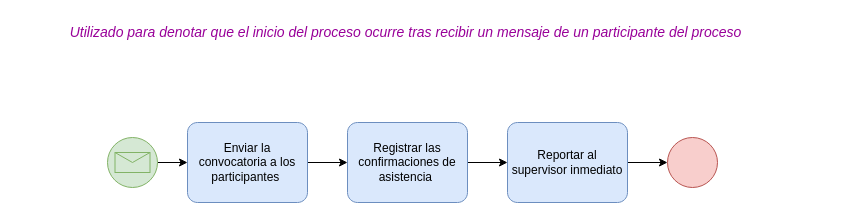
This is BPMN/EventoArchivoMensaje.drawio from EscaleraG935/Practica1-IDS2, a draw.io file, before an edit. Source tidied: cells renumbered, new cells numbered last; positions are measured from the earlier drawing's top-left corner, leaving out a move shared by most shapes. Both pictures are drawn from the tidied source at 100%, with x=0, y=0 at pixel (57, 17).
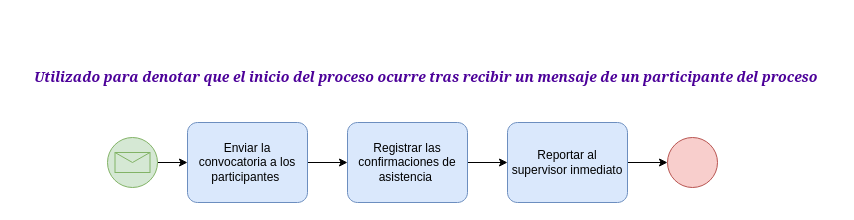
After the change.

Commit message:
Se edita letra evento archivo mensaje

The edit, as a diff of the source:
```diff
@@
 <mxGraphModel>
   <root>
     <mxCell id="0" />
     <mxCell id="1" parent="0" />
     <mxCell id="2" style="edgeStyle=orthogonalEdgeStyle;rounded=0;jettySize=auto;html=1;" parent="1" edge="1" source="3" target="5">
       <mxGeometry relative="1" as="geometry" />
     </mxCell>
     <mxCell id="3" style="points=[[0.145,0.145,0],[0.5,0,0],[0.855,0.145,0],[1,0.5,0],[0.855,0.855,0],[0.5,1,0],[0.145,0.855,0],[0,0.5,0]];shape=mxgraph.bpmn.event;html=1;verticalLabelPosition=bottom;labelBackgroundColor=#ffffff;verticalAlign=top;align=center;perimeter=ellipsePerimeter;outlineConnect=0;outline=standard;symbol=message;fillColor=#d5e8d4;strokeColor=#82b366;" parent="1" vertex="1">
       <mxGeometry x="50" y="120" width="50" height="50" as="geometry" />
     </mxCell>
     <mxCell id="4" style="edgeStyle=orthogonalEdgeStyle;rounded=0;jettySize=auto;html=1;entryX=0;entryY=0.5;entryDx=0;entryDy=0;entryPerimeter=0;" parent="1" edge="1" source="5" target="7">
       <mxGeometry relative="1" as="geometry" />
     </mxCell>
     <mxCell id="5" value="Enviar la convocatoria a los participantes&amp;nbsp;" style="points=[[0.25,0,0],[0.5,0,0],[0.75,0,0],[1,0.25,0],[1,0.5,0],[1,0.75,0],[0.75,1,0],[0.5,1,0],[0.25,1,0],[0,0.75,0],[0,0.5,0],[0,0.25,0]];shape=mxgraph.bpmn.task;whiteSpace=wrap;rectStyle=rounded;size=10;html=1;taskMarker=abstract;fillColor=#dae8fc;strokeColor=#6c8ebf;" parent="1" vertex="1">
       <mxGeometry x="130" y="105" width="120" height="80" as="geometry" />
     </mxCell>
     <mxCell id="6" style="edgeStyle=orthogonalEdgeStyle;rounded=0;jettySize=auto;html=1;" parent="1" edge="1" source="7" target="9">
       <mxGeometry relative="1" as="geometry" />
     </mxCell>
     <mxCell id="7" value="Registrar las confirmaciones de asistencia&amp;nbsp;" style="points=[[0.25,0,0],[0.5,0,0],[0.75,0,0],[1,0.25,0],[1,0.5,0],[1,0.75,0],[0.75,1,0],[0.5,1,0],[0.25,1,0],[0,0.75,0],[0,0.5,0],[0,0.25,0]];shape=mxgraph.bpmn.task;whiteSpace=wrap;rectStyle=rounded;size=10;html=1;taskMarker=abstract;fillColor=#dae8fc;strokeColor=#6c8ebf;" parent="1" vertex="1">
       <mxGeometry x="290" y="105" width="120" height="80" as="geometry" />
     </mxCell>
     <mxCell id="8" style="edgeStyle=orthogonalEdgeStyle;rounded=0;jettySize=auto;html=1;entryX=0;entryY=0.5;entryDx=0;entryDy=0;entryPerimeter=0;" parent="1" edge="1" source="9" target="10">
       <mxGeometry relative="1" as="geometry" />
     </mxCell>
     <mxCell id="9" value="Reportar al supervisor inmediato" style="points=[[0.25,0,0],[0.5,0,0],[0.75,0,0],[1,0.25,0],[1,0.5,0],[1,0.75,0],[0.75,1,0],[0.5,1,0],[0.25,1,0],[0,0.75,0],[0,0.5,0],[0,0.25,0]];shape=mxgraph.bpmn.task;whiteSpace=wrap;rectStyle=rounded;size=10;html=1;taskMarker=abstract;fillColor=#dae8fc;strokeColor=#6c8ebf;" parent="1" vertex="1">
       <mxGeometry x="450" y="105" width="120" height="80" as="geometry" />
     </mxCell>
     <mxCell id="10" style="points=[[0.145,0.145,0],[0.5,0,0],[0.855,0.145,0],[1,0.5,0],[0.855,0.855,0],[0.5,1,0],[0.145,0.855,0],[0,0.5,0]];shape=mxgraph.bpmn.event;html=1;verticalLabelPosition=bottom;labelBackgroundColor=#ffffff;verticalAlign=top;align=center;perimeter=ellipsePerimeter;outlineConnect=0;outline=standard;symbol=general;fillColor=#f8cecc;strokeColor=#b85450;" parent="1" vertex="1">
       <mxGeometry x="610" y="120" width="50" height="50" as="geometry" />
     </mxCell>
-    <mxCell id="11" value="&lt;i&gt;&lt;font color=&quot;#990099&quot; style=&quot;font-size: 14px;&quot;&gt;Utilizado para denotar que el inicio del proceso ocurre tras recibir un mensaje de un participante del proceso&amp;nbsp;&lt;/font&gt;&lt;/i&gt;" style="text;html=1;align=center;verticalAlign=middle;strokeColor=none;fillColor=none;" parent="1" vertex="1">
-      <mxGeometry width="700" height="30" as="geometry" />
+    <mxCell id="11" value="&lt;h4&gt;&lt;i&gt;&lt;font color=&quot;#4c0099&quot; face=&quot;Georgia&quot; style=&quot;font-size: 14px;&quot;&gt;&lt;b style=&quot;&quot;&gt;Utilizado para denotar que el inicio del proceso ocurre tras recibir un mensaje de un participante del proceso&amp;nbsp;&lt;/b&gt;&lt;/font&gt;&lt;/i&gt;&lt;/h4&gt;" style="text;html=1;align=center;verticalAlign=middle;strokeColor=none;fillColor=none;" parent="1" vertex="1">
+      <mxGeometry x="-40" y="30" width="820" height="60" as="geometry" />
     </mxCell>
   </root>
 </mxGraphModel>
```
